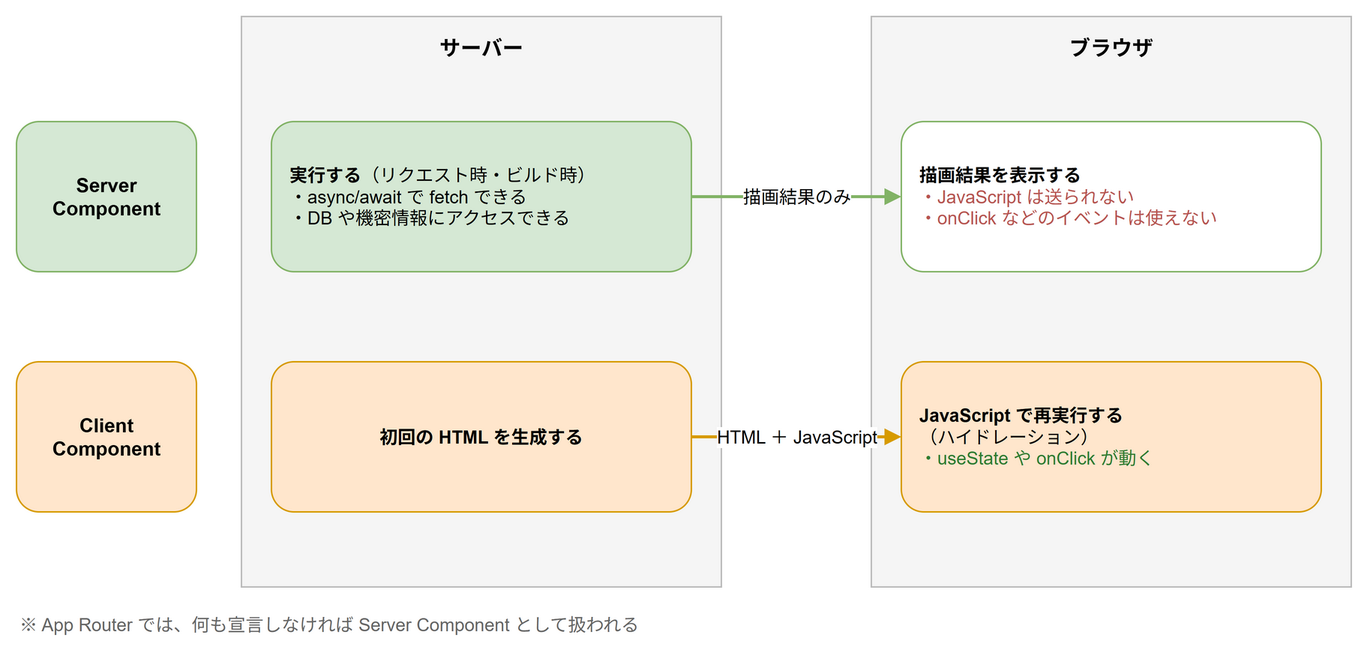
Above: images/articles/nextjs-server-componet-client-component/execution-location.drawio.png in aew2sbee/zenn (draw.io), before the change. Source tidied: cells renumbered, new cells last; positions are measured from the earlier drawing's top-left corner, leaving out a move shared by most shapes. The source it was exported from:
```xml
<mxGraphModel>
  <root>
    <mxCell id="0" />
    <mxCell id="1" parent="0" />
    <mxCell id="2" value="サーバー" style="rounded=0;whiteSpace=wrap;html=1;fillColor=#f5f5f5;strokeColor=#bbbbbb;verticalAlign=top;fontStyle=1;fontSize=14;spacingTop=6;" parent="1" vertex="1">
      <mxGeometry x="150" width="320" height="380" as="geometry" />
    </mxCell>
    <mxCell id="3" value="ブラウザ" style="rounded=0;whiteSpace=wrap;html=1;fillColor=#f5f5f5;strokeColor=#bbbbbb;verticalAlign=top;fontStyle=1;fontSize=14;spacingTop=6;" parent="1" vertex="1">
      <mxGeometry x="570" width="320" height="380" as="geometry" />
    </mxCell>
    <mxCell id="4" value="&lt;b&gt;Server&lt;br&gt;Component&lt;/b&gt;" style="rounded=1;whiteSpace=wrap;html=1;fillColor=#d5e8d4;strokeColor=#82b366;fontSize=13;" parent="1" vertex="1">
      <mxGeometry y="70" width="120" height="100" as="geometry" />
    </mxCell>
    <mxCell id="5" value="&lt;b&gt;Client&lt;br&gt;Component&lt;/b&gt;" style="rounded=1;whiteSpace=wrap;html=1;fillColor=#ffe6cc;strokeColor=#d79b00;fontSize=13;" parent="1" vertex="1">
      <mxGeometry y="230" width="120" height="100" as="geometry" />
    </mxCell>
    <mxCell id="6" value="&lt;b&gt;実行する&lt;/b&gt;（リクエスト時・ビルド時）&lt;br&gt;・async/await で fetch できる&lt;br&gt;・DB や機密情報にアクセスできる" style="rounded=1;whiteSpace=wrap;html=1;fillColor=#d5e8d4;strokeColor=#82b366;fontSize=12;align=left;spacingLeft=10;" parent="1" vertex="1">
      <mxGeometry x="170" y="70" width="280" height="100" as="geometry" />
    </mxCell>
    <mxCell id="7" value="&lt;b&gt;描画結果を表示する&lt;/b&gt;&lt;br&gt;&lt;font color=&quot;#b85450&quot;&gt;・JavaScript は送られない&lt;br&gt;・onClick などのイベントは使えない&lt;/font&gt;" style="rounded=1;whiteSpace=wrap;html=1;fillColor=#ffffff;strokeColor=#82b366;fontSize=12;align=left;spacingLeft=10;" parent="1" vertex="1">
      <mxGeometry x="590" y="70" width="280" height="100" as="geometry" />
    </mxCell>
    <mxCell id="8" value="&lt;b&gt;初回の HTML を生成する&lt;/b&gt;" style="rounded=1;whiteSpace=wrap;html=1;fillColor=#ffe6cc;strokeColor=#d79b00;fontSize=12;" parent="1" vertex="1">
      <mxGeometry x="170" y="230" width="280" height="100" as="geometry" />
    </mxCell>
    <mxCell id="9" value="&lt;b&gt;JavaScript で再実行する&lt;/b&gt;&lt;br&gt;（ハイドレーション）&lt;br&gt;&lt;font color=&quot;#2e7d32&quot;&gt;・useState や onClick が動く&lt;/font&gt;" style="rounded=1;whiteSpace=wrap;html=1;fillColor=#ffe6cc;strokeColor=#d79b00;fontSize=12;align=left;spacingLeft=10;" parent="1" vertex="1">
      <mxGeometry x="590" y="230" width="280" height="100" as="geometry" />
    </mxCell>
    <mxCell id="10" value="描画結果のみ" style="html=1;endArrow=block;endFill=1;strokeColor=#82b366;strokeWidth=2;fontSize=12;labelBackgroundColor=#ffffff;" parent="1" edge="1" source="6" target="7">
      <mxGeometry relative="1" as="geometry" />
    </mxCell>
    <mxCell id="11" value="HTML ＋ JavaScript" style="html=1;endArrow=block;endFill=1;strokeColor=#d79b00;strokeWidth=2;fontSize=12;labelBackgroundColor=#ffffff;" parent="1" edge="1" source="8" target="9">
      <mxGeometry relative="1" as="geometry" />
    </mxCell>
    <mxCell id="12" value="※ App Router では、何も宣言しなければ Server Component として扱われる" style="text;html=1;align=left;verticalAlign=middle;fontSize=12;fontColor=#666666;" parent="1" vertex="1">
      <mxGeometry y="390" width="600" height="30" as="geometry" />
    </mxCell>
  </root>
</mxGraphModel>
```
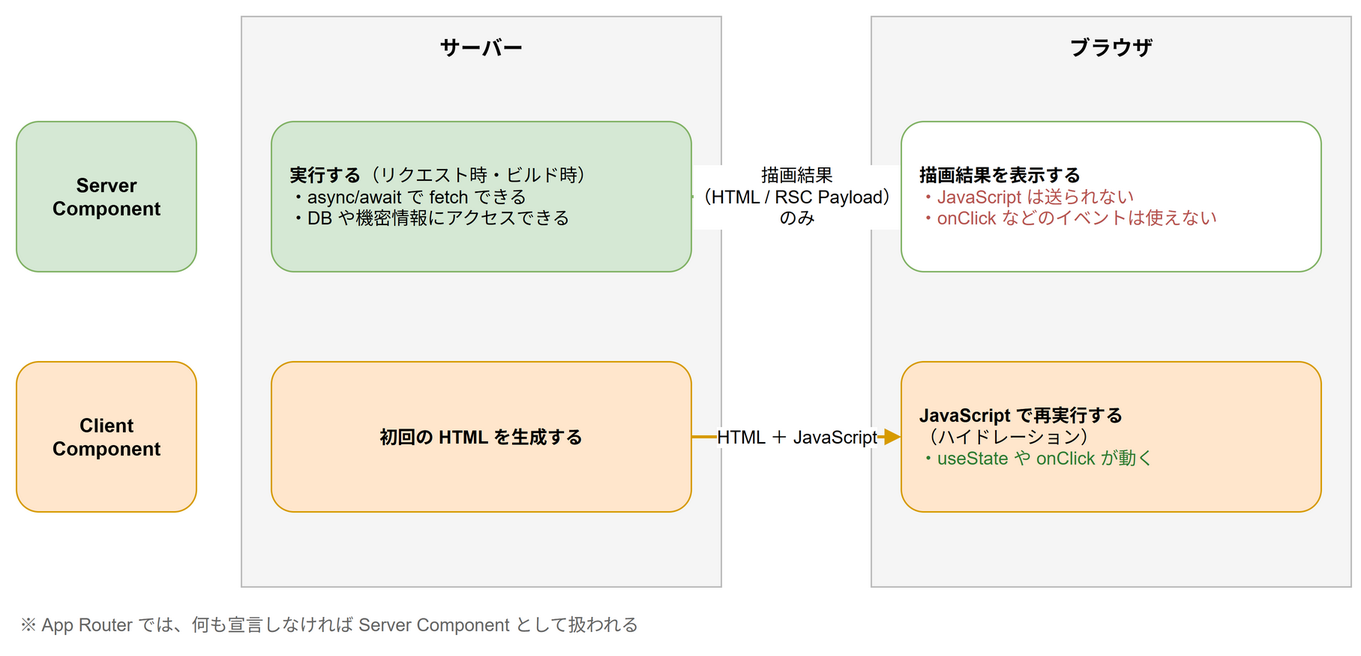
The same file after the commit.

Commit message:
docs: Server ComponentとClient Componentの図をレビュー指摘に合わせて修正

The edit, as a diff of the source:
```diff
@@ -26,7 +26,7 @@
     <mxCell id="9" value="&lt;b&gt;JavaScript で再実行する&lt;/b&gt;&lt;br&gt;（ハイドレーション）&lt;br&gt;&lt;font color=&quot;#2e7d32&quot;&gt;・useState や onClick が動く&lt;/font&gt;" style="rounded=1;whiteSpace=wrap;html=1;fillColor=#ffe6cc;strokeColor=#d79b00;fontSize=12;align=left;spacingLeft=10;" parent="1" vertex="1">
       <mxGeometry x="590" y="230" width="280" height="100" as="geometry" />
     </mxCell>
-    <mxCell id="10" value="描画結果のみ" style="html=1;endArrow=block;endFill=1;strokeColor=#82b366;strokeWidth=2;fontSize=12;labelBackgroundColor=#ffffff;" parent="1" edge="1" source="6" target="7">
+    <mxCell id="10" value="描画結果&lt;br&gt;（HTML / RSC Payload）&lt;br&gt;のみ" style="html=1;endArrow=block;endFill=1;strokeColor=#82b366;strokeWidth=2;fontSize=12;labelBackgroundColor=#ffffff;" parent="1" edge="1" source="6" target="7">
       <mxGeometry relative="1" as="geometry" />
     </mxCell>
     <mxCell id="11" value="HTML ＋ JavaScript" style="html=1;endArrow=block;endFill=1;strokeColor=#d79b00;strokeWidth=2;fontSize=12;labelBackgroundColor=#ffffff;" parent="1" edge="1" source="8" target="9">
```
